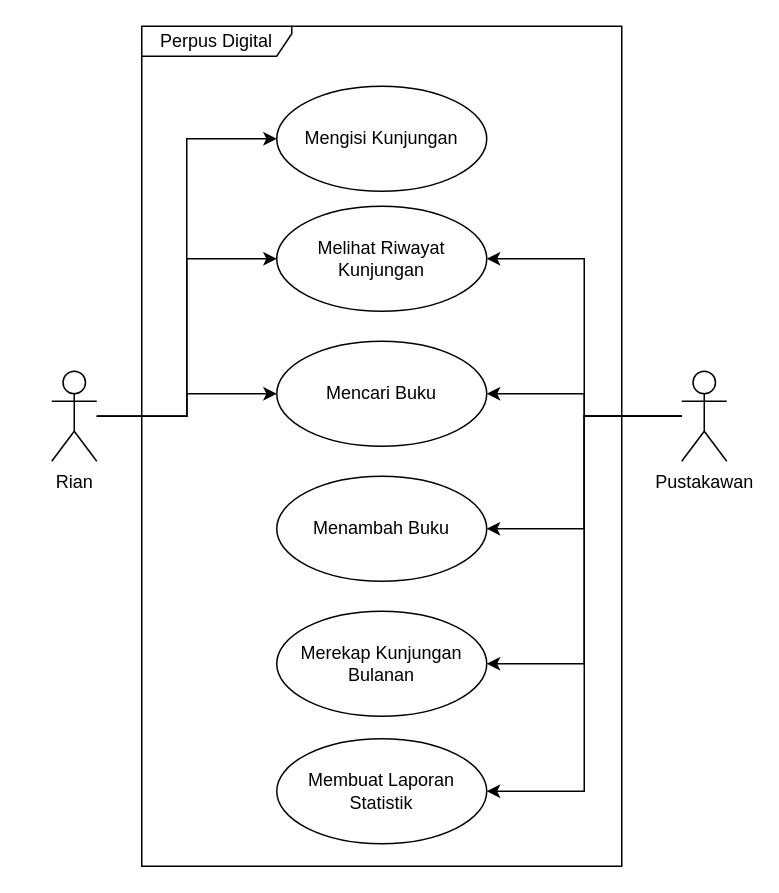
Above: Alur-Perpus-Digital.drawio in Afkar-Saga/perpus-digital (draw.io), before the change. Source tidied: cells renumbered, new cells numbered last; positions are measured from the earlier drawing's top-left corner, leaving out a move shared by most shapes. Both pictures are drawn from the tidied source at 150%, with x=0, y=0 at pixel (51, 26).
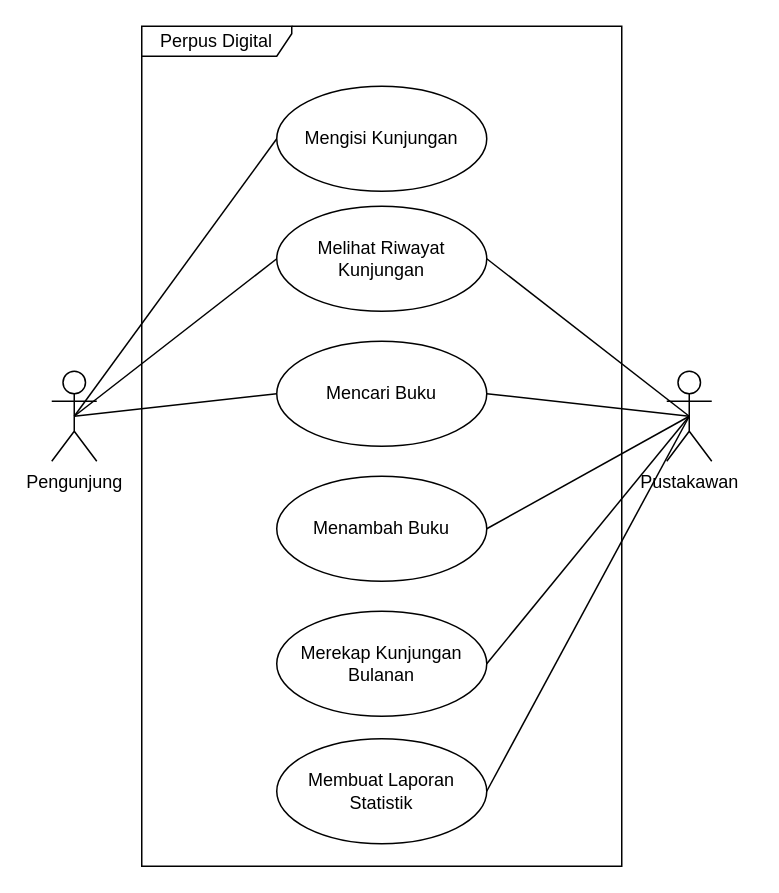
The same diagram, later.

The edit, as a diff of the source:
```diff
@@
 <mxGraphModel>
   <root>
     <mxCell id="0" />
     <mxCell id="1" parent="0" />
-    <mxCell id="2" style="edgeStyle=orthogonalEdgeStyle;rounded=0;jettySize=auto;html=1;entryX=0;entryY=0.5;entryDx=0;entryDy=0;" parent="1" edge="1" source="5" target="13">
+    <mxCell id="2" style="rounded=0;jettySize=auto;html=1;entryX=0;entryY=0.5;entryDx=0;entryDy=0;endArrow=none;endFill=0;exitX=0.5;exitY=0.5;exitDx=0;exitDy=0;exitPerimeter=0;" parent="1" edge="1" source="5" target="13">
       <mxGeometry relative="1" as="geometry" />
     </mxCell>
-    <mxCell id="3" style="edgeStyle=orthogonalEdgeStyle;rounded=0;jettySize=auto;html=1;entryX=0;entryY=0.5;entryDx=0;entryDy=0;" parent="1" edge="1" source="5" target="14">
+    <mxCell id="3" style="rounded=0;jettySize=auto;html=1;entryX=0;entryY=0.5;entryDx=0;entryDy=0;endArrow=none;endFill=0;exitX=0.5;exitY=0.5;exitDx=0;exitDy=0;exitPerimeter=0;" parent="1" edge="1" source="5" target="14">
       <mxGeometry relative="1" as="geometry" />
     </mxCell>
-    <mxCell id="4" style="edgeStyle=orthogonalEdgeStyle;rounded=0;jettySize=auto;html=1;entryX=0;entryY=0.5;entryDx=0;entryDy=0;" parent="1" edge="1" source="5" target="17">
+    <mxCell id="4" style="rounded=0;jettySize=auto;html=1;entryX=0;entryY=0.5;entryDx=0;entryDy=0;endArrow=none;endFill=0;exitX=0.5;exitY=0.5;exitDx=0;exitDy=0;exitPerimeter=0;" parent="1" edge="1" source="5" target="17">
       <mxGeometry relative="1" as="geometry" />
     </mxCell>
-    <mxCell id="5" value="Rian" style="shape=umlActor;verticalLabelPosition=bottom;verticalAlign=top;html=1;outlineConnect=0;" parent="1" vertex="1">
+    <mxCell id="5" value="Pengunjung" style="shape=umlActor;verticalLabelPosition=bottom;verticalAlign=top;html=1;outlineConnect=0;" parent="1" vertex="1">
       <mxGeometry y="230" width="30" height="60" as="geometry" />
     </mxCell>
-    <mxCell id="6" style="edgeStyle=orthogonalEdgeStyle;rounded=0;jettySize=auto;html=1;entryX=1;entryY=0.5;entryDx=0;entryDy=0;" parent="1" edge="1" source="11" target="14">
+    <mxCell id="6" style="rounded=0;jettySize=auto;html=1;entryX=1;entryY=0.5;entryDx=0;entryDy=0;endArrow=none;endFill=0;exitX=0.5;exitY=0.5;exitDx=0;exitDy=0;exitPerimeter=0;" parent="1" edge="1" source="11" target="14">
       <mxGeometry relative="1" as="geometry" />
     </mxCell>
-    <mxCell id="7" style="edgeStyle=orthogonalEdgeStyle;rounded=0;jettySize=auto;html=1;entryX=1;entryY=0.5;entryDx=0;entryDy=0;" parent="1" edge="1" source="11" target="17">
+    <mxCell id="7" style="rounded=0;jettySize=auto;html=1;entryX=1;entryY=0.5;entryDx=0;entryDy=0;endArrow=none;endFill=0;exitX=0.5;exitY=0.5;exitDx=0;exitDy=0;exitPerimeter=0;" parent="1" edge="1" source="11" target="17">
       <mxGeometry relative="1" as="geometry" />
     </mxCell>
-    <mxCell id="8" style="edgeStyle=orthogonalEdgeStyle;rounded=0;jettySize=auto;html=1;entryX=1;entryY=0.5;entryDx=0;entryDy=0;" parent="1" edge="1" source="11" target="15">
+    <mxCell id="8" style="rounded=0;jettySize=auto;html=1;entryX=1;entryY=0.5;entryDx=0;entryDy=0;endArrow=none;endFill=0;exitX=0.5;exitY=0.5;exitDx=0;exitDy=0;exitPerimeter=0;" parent="1" edge="1" source="11" target="15">
       <mxGeometry relative="1" as="geometry" />
     </mxCell>
-    <mxCell id="9" style="edgeStyle=orthogonalEdgeStyle;rounded=0;jettySize=auto;html=1;entryX=1;entryY=0.5;entryDx=0;entryDy=0;" parent="1" edge="1" source="11" target="18">
+    <mxCell id="9" style="rounded=0;jettySize=auto;html=1;entryX=1;entryY=0.5;entryDx=0;entryDy=0;endArrow=none;endFill=0;exitX=0.5;exitY=0.5;exitDx=0;exitDy=0;exitPerimeter=0;" parent="1" edge="1" source="11" target="18">
       <mxGeometry relative="1" as="geometry" />
     </mxCell>
-    <mxCell id="10" style="edgeStyle=orthogonalEdgeStyle;rounded=0;jettySize=auto;html=1;entryX=1;entryY=0.5;entryDx=0;entryDy=0;" parent="1" edge="1" source="11" target="16">
+    <mxCell id="10" style="rounded=0;jettySize=auto;html=1;entryX=1;entryY=0.5;entryDx=0;entryDy=0;endArrow=none;endFill=0;exitX=0.5;exitY=0.5;exitDx=0;exitDy=0;exitPerimeter=0;" parent="1" edge="1" source="11" target="16">
       <mxGeometry relative="1" as="geometry" />
     </mxCell>
     <mxCell id="11" value="Pustakawan" style="shape=umlActor;verticalLabelPosition=bottom;verticalAlign=top;html=1;outlineConnect=0;" parent="1" vertex="1">
-      <mxGeometry x="420" y="230" width="30" height="60" as="geometry" />
+      <mxGeometry x="410" y="230" width="30" height="60" as="geometry" />
     </mxCell>
     <mxCell id="12" value="Perpus Digital" style="shape=umlFrame;whiteSpace=wrap;html=1;width=100;height=20;" parent="1" vertex="1">
       <mxGeometry x="60" width="320" height="560" as="geometry" />
     </mxCell>
     <mxCell id="13" value="Mengisi Kunjungan" style="ellipse;whiteSpace=wrap;html=1;" parent="1" vertex="1">
       <mxGeometry x="150" y="40" width="140" height="70" as="geometry" />
     </mxCell>
     <mxCell id="14" value="Melihat Riwayat Kunjungan" style="ellipse;whiteSpace=wrap;html=1;" parent="1" vertex="1">
       <mxGeometry x="150" y="120" width="140" height="70" as="geometry" />
     </mxCell>
     <mxCell id="15" value="Merekap Kunjungan Bulanan" style="ellipse;whiteSpace=wrap;html=1;" parent="1" vertex="1">
       <mxGeometry x="150" y="390" width="140" height="70" as="geometry" />
     </mxCell>
     <mxCell id="16" value="Membuat Laporan Statistik" style="ellipse;whiteSpace=wrap;html=1;" parent="1" vertex="1">
       <mxGeometry x="150" y="475" width="140" height="70" as="geometry" />
     </mxCell>
     <mxCell id="17" value="Mencari Buku" style="ellipse;whiteSpace=wrap;html=1;" parent="1" vertex="1">
       <mxGeometry x="150" y="210" width="140" height="70" as="geometry" />
     </mxCell>
     <mxCell id="18" value="Menambah Buku" style="ellipse;whiteSpace=wrap;html=1;" parent="1" vertex="1">
       <mxGeometry x="150" y="300" width="140" height="70" as="geometry" />
     </mxCell>
   </root>
 </mxGraphModel>
```
